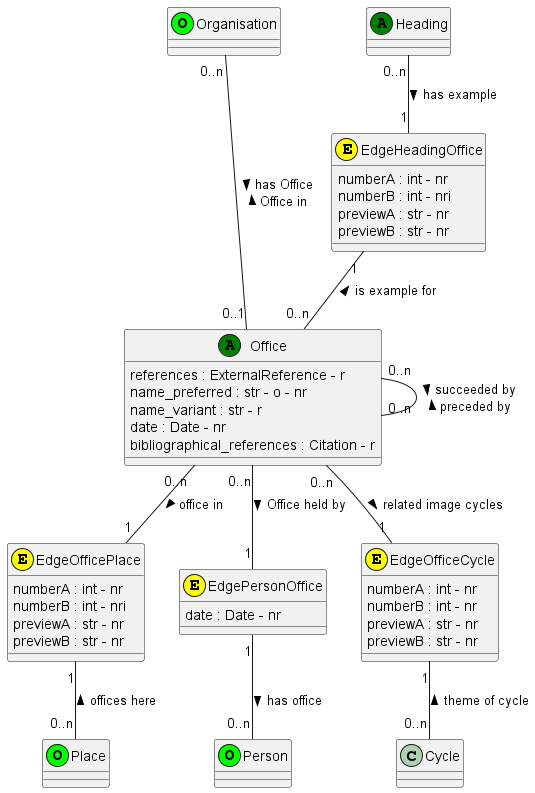
tmasch/bpf_be keeps this PlantUML diagram as documentation/class_diagrams/Office.png. Above is the earlier version.
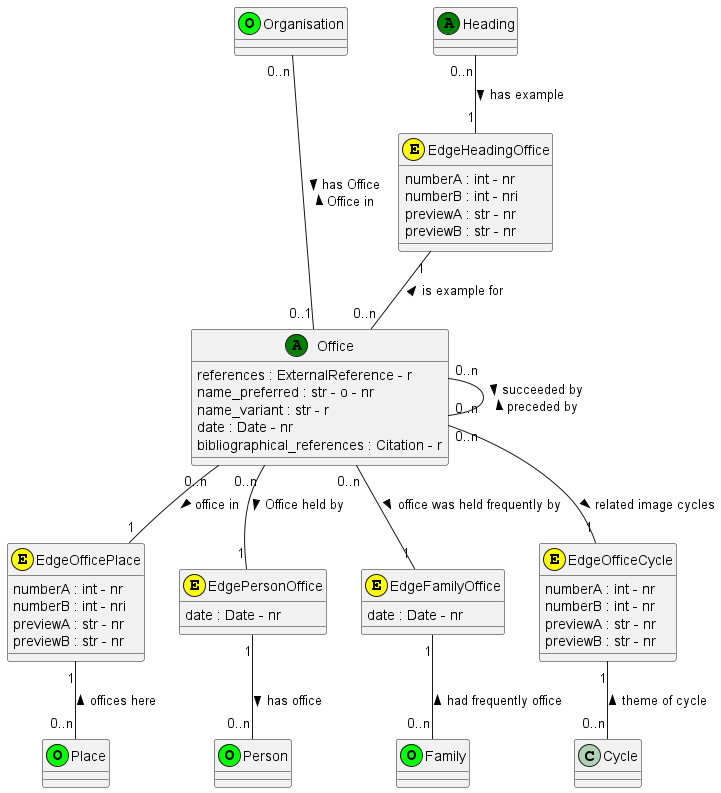
After the commit.

What changed in the source:
```diff
@@ -9,6 +9,8 @@
 class Heading <<(A,green)>>
 
 class Person <<(O,lime)>>
+
+class Family <<(O,lime)>>
 
 class Organisation <<(O,lime)>>
 
@@ -29,6 +31,9 @@
 class EdgePersonOffice <<(E,yellow)>>
 EdgePersonOffice : date : Date - nr
 
+class EdgeFamilyOffice <<(E,yellow)>>
+EdgeFamilyOffice : date : Date - nr
+
 class EdgeOfficeCycle <<(E,yellow)>>
 EdgeOfficeCycle : numberA : int - nr
 EdgeOfficeCycle : numberB : int - nr
@@ -46,6 +51,11 @@
 Office "0..n" -- "1" EdgePersonOffice : > Office held by
 EdgePersonOffice "1" -- "0..n" Person : > has office
 
+Office "0..n" -- "1" EdgeFamilyOffice :  office was held frequently by >
+EdgeFamilyOffice "1" -- "0..n" Family :  had frequently office <
+
+
+
 Office "0..n" --- "0..n" Office : > succeeded by \n preceded by <
 
 Office "0..n" -- "1" EdgeOfficeCycle : related image cycles >
```
